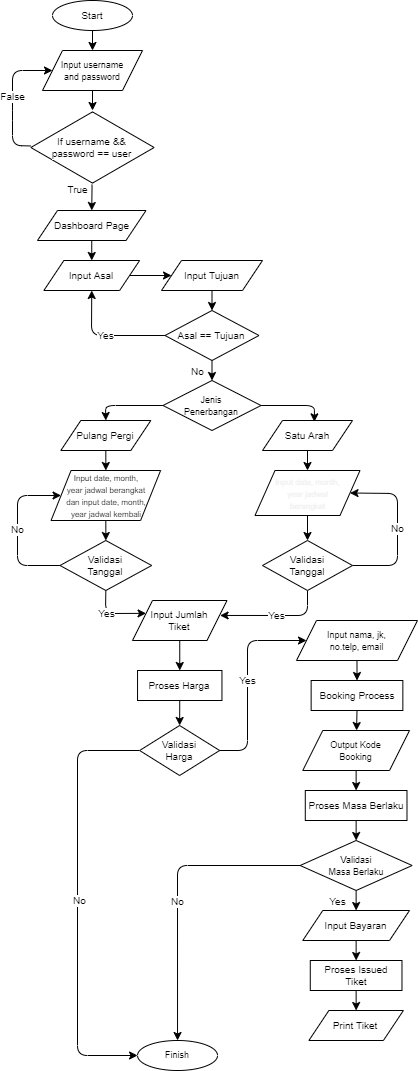
The draw.io diagram flowchart.drawio.png in tafanianatalia/tafania-flight-booking-app, before a commit. Source tidied: cells renumbered, new cells last; positions are measured from the earlier drawing's top-left corner, leaving out a move shared by most shapes.
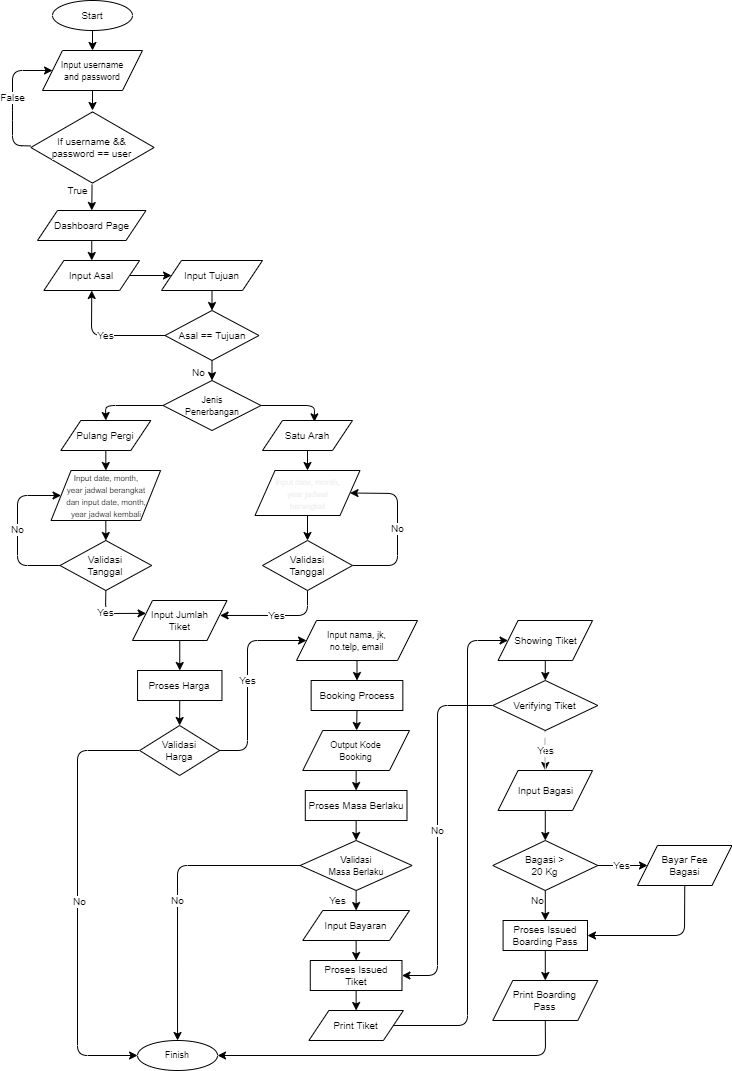
Later version of the same file.

Commit message:
feet : add else condition that returns Baggage >20 Kg invalid

The edit, as a diff of the source:
```diff
@@ -2,9 +2,9 @@
   <root>
     <mxCell id="0" />
     <mxCell id="1" parent="0" />
-    <mxCell id="2" style="edgeStyle=none;html=1;exitX=0.5;exitY=1;exitDx=0;exitDy=0;entryX=0.5;entryY=0;entryDx=0;entryDy=0;fontSize=10;labelBackgroundColor=default;strokeColor=#000000;" parent="1" edge="1" source="3" target="5">
-      <mxGeometry relative="1" as="geometry" />
-    </mxCell>
+    <mxCell id="59" style="edgeStyle=none;html=1;exitX=0.5;exitY=1;exitDx=0;exitDy=0;entryX=0.5;entryY=0;entryDx=0;entryDy=0;fontSize=10;labelBackgroundColor=default;strokeColor=#000000;" parent="1" edge="1" source="3" target="5">
+      <mxGeometry relative="1" as="geometry" />
+    </mxCell>
     <mxCell id="3" value="Start" style="ellipse;whiteSpace=wrap;html=1;fontSize=10;labelBackgroundColor=default;" parent="1" vertex="1">
       <mxGeometry x="40" width="80" height="30" as="geometry" />
     </mxCell>
@@ -157,15 +157,15 @@
         </Array>
       </mxGeometry>
     </mxCell>
-    <mxCell id="40" style="edgeStyle=none;html=1;entryX=0;entryY=0.5;entryDx=0;entryDy=0;fontSize=9;exitX=0;exitY=0.5;exitDx=0;exitDy=0;labelBackgroundColor=default;strokeColor=#000000;" parent="1" edge="1" source="42" target="59">
-      <mxGeometry relative="1" as="geometry">
-        <Array as="points">
-          <mxPoint x="65" y="750" />
-          <mxPoint x="65" y="1055" />
-        </Array>
-      </mxGeometry>
-    </mxCell>
+    <mxCell id="60" style="edgeStyle=none;html=1;entryX=0;entryY=0.5;entryDx=0;entryDy=0;fontSize=9;exitX=0;exitY=0.5;exitDx=0;exitDy=0;labelBackgroundColor=default;strokeColor=#000000;" parent="1" edge="1" source="42" target="62">
+      <mxGeometry relative="1" as="geometry">
+        <Array as="points">
+          <mxPoint x="65" y="750" />
+          <mxPoint x="65" y="1055" />
+        </Array>
+      </mxGeometry>
+    </mxCell>
-    <mxCell id="41" value="No" style="edgeLabel;html=1;align=center;verticalAlign=middle;fontSize=10;labelBackgroundColor=#FFFFFF;fontColor=#000000;" parent="40" vertex="1">
+    <mxCell id="41" value="No" style="edgeLabel;html=1;align=center;verticalAlign=middle;fontSize=10;labelBackgroundColor=#FFFFFF;fontColor=#000000;" parent="60" vertex="1">
       <mxGeometry x="-0.11" y="1" relative="1" as="geometry">
         <mxPoint y="22" as="offset" />
       </mxGeometry>
@@ -200,7 +200,7 @@
     <mxCell id="51" value="Yes" style="edgeStyle=none;html=1;exitX=0.5;exitY=1;exitDx=0;exitDy=0;entryX=0.5;entryY=0;entryDx=0;entryDy=0;fontSize=10;labelBackgroundColor=#FFFFFF;strokeColor=#000000;fontColor=#000000;" parent="1" edge="1" source="53" target="55">
       <mxGeometry y="-19" relative="1" as="geometry" />
     </mxCell>
-    <mxCell id="52" value="No" style="edgeStyle=none;html=1;entryX=0.5;entryY=0;entryDx=0;entryDy=0;fontSize=10;exitX=0;exitY=0.5;exitDx=0;exitDy=0;labelBackgroundColor=#FFFFFF;strokeColor=#000000;fontColor=#000000;" parent="1" edge="1" source="53" target="59">
+    <mxCell id="52" value="No" style="edgeStyle=none;html=1;entryX=0.5;entryY=0;entryDx=0;entryDy=0;fontSize=10;exitX=0;exitY=0.5;exitDx=0;exitDy=0;labelBackgroundColor=#FFFFFF;strokeColor=#000000;fontColor=#000000;" parent="1" edge="1" source="53" target="62">
       <mxGeometry x="0.06" relative="1" as="geometry">
         <Array as="points">
           <mxPoint x="165" y="865" />
@@ -222,11 +222,83 @@
     <mxCell id="57" value="Proses Issued&lt;br&gt;Tiket" style="rounded=0;whiteSpace=wrap;html=1;fontSize=10;labelBackgroundColor=default;" parent="1" vertex="1">
       <mxGeometry x="297.8" y="960" width="91.7" height="30" as="geometry" />
     </mxCell>
+    <mxCell id="61" style="edgeStyle=none;html=1;exitX=1;exitY=0.5;exitDx=0;exitDy=0;entryX=0;entryY=0.5;entryDx=0;entryDy=0;fontSize=9;labelBackgroundColor=default;strokeColor=#000000;" parent="1" edge="1" source="58" target="64">
+      <mxGeometry relative="1" as="geometry">
+        <Array as="points">
+          <mxPoint x="455" y="1025" />
+          <mxPoint x="455" y="640" />
+        </Array>
+      </mxGeometry>
+    </mxCell>
     <mxCell id="58" value="Print Tiket" style="shape=parallelogram;perimeter=parallelogramPerimeter;whiteSpace=wrap;html=1;fixedSize=1;fontSize=10;labelBackgroundColor=default;" parent="1" vertex="1">
       <mxGeometry x="296.4" y="1010" width="94.5" height="30" as="geometry" />
     </mxCell>
-    <mxCell id="59" value="Finish" style="ellipse;whiteSpace=wrap;html=1;fontSize=9;labelBackgroundColor=default;" parent="1" vertex="1">
-      <mxGeometry x="125" y="1040" width="80" height="30" as="geometry" />
-    </mxCell>
+    <mxCell id="62" value="Finish" style="ellipse;whiteSpace=wrap;html=1;fontSize=9;labelBackgroundColor=default;" parent="1" vertex="1">
+      <mxGeometry x="125" y="1040" width="80" height="30" as="geometry" />
+    </mxCell>
+    <mxCell id="63" style="edgeStyle=none;html=1;exitX=0.5;exitY=1;exitDx=0;exitDy=0;entryX=0.5;entryY=0;entryDx=0;entryDy=0;fontSize=9;labelBackgroundColor=default;strokeColor=#000000;" parent="1" edge="1" source="64" target="67">
+      <mxGeometry relative="1" as="geometry" />
+    </mxCell>
+    <mxCell id="64" value="Showing Tiket" style="shape=parallelogram;perimeter=parallelogramPerimeter;whiteSpace=wrap;html=1;fixedSize=1;fontSize=10;labelBackgroundColor=default;" parent="1" vertex="1">
+      <mxGeometry x="485.5" y="620" width="94.5" height="40" as="geometry" />
+    </mxCell>
+    <mxCell id="65" value="No" style="edgeStyle=none;html=1;exitX=0;exitY=0.5;exitDx=0;exitDy=0;entryX=1;entryY=0.5;entryDx=0;entryDy=0;fontSize=10;labelBackgroundColor=#FFFFFF;strokeColor=#000000;fontColor=#000000;" parent="1" edge="1" source="67" target="57">
+      <mxGeometry relative="1" as="geometry">
+        <Array as="points">
+          <mxPoint x="425" y="705" />
+          <mxPoint x="425" y="975" />
+        </Array>
+      </mxGeometry>
+    </mxCell>
+    <mxCell id="66" value="Yes" style="edgeStyle=none;html=1;exitX=0.5;exitY=1;exitDx=0;exitDy=0;entryX=0.5;entryY=0;entryDx=0;entryDy=0;fontSize=10;labelBackgroundColor=#FFFFFF;strokeColor=#000000;fontColor=#000000;" parent="1" edge="1" source="67" target="70">
+      <mxGeometry relative="1" as="geometry" />
+    </mxCell>
+    <mxCell id="67" value="Verifying Tiket" style="rhombus;whiteSpace=wrap;html=1;fontSize=10;labelBackgroundColor=default;" parent="1" vertex="1">
+      <mxGeometry x="480.3" y="680" width="105" height="50" as="geometry" />
+    </mxCell>
+    <mxCell id="68" style="edgeStyle=none;html=1;exitX=0.5;exitY=1;exitDx=0;exitDy=0;fontSize=9;labelBackgroundColor=default;strokeColor=#000000;" parent="1" edge="1" source="70" target="73">
+      <mxGeometry relative="1" as="geometry" />
+    </mxCell>
+    <mxCell id="69" style="edgeStyle=none;html=1;labelBackgroundColor=#FFFFFF;fontSize=10;fontColor=#000000;strokeColor=#FFFFFF;" parent="1" edge="1" source="70" target="67">
+      <mxGeometry relative="1" as="geometry" />
+    </mxCell>
+    <mxCell id="70" value="Input Bagasi" style="shape=parallelogram;perimeter=parallelogramPerimeter;whiteSpace=wrap;html=1;fixedSize=1;fontSize=10;labelBackgroundColor=default;" parent="1" vertex="1">
+      <mxGeometry x="485.5" y="770" width="94.5" height="40" as="geometry" />
+    </mxCell>
+    <mxCell id="71" value="No" style="edgeStyle=none;html=1;exitX=0.5;exitY=1;exitDx=0;exitDy=0;fontSize=10;labelBackgroundColor=#FFFFFF;strokeColor=#000000;fontColor=#000000;" parent="1" edge="1" source="73" target="77">
+      <mxGeometry x="-0.33" y="-8" relative="1" as="geometry" />
+    </mxCell>
+    <mxCell id="72" value="Yes" style="edgeStyle=none;html=1;exitX=1;exitY=0.5;exitDx=0;exitDy=0;fontSize=10;labelBackgroundColor=#FFFFFF;strokeColor=#000000;fontColor=#000000;" parent="1" edge="1" source="73" target="75">
+      <mxGeometry relative="1" as="geometry" />
+    </mxCell>
+    <mxCell id="73" value="Bagasi &amp;gt;&lt;br&gt;20 Kg" style="rhombus;whiteSpace=wrap;html=1;fontSize=10;labelBackgroundColor=default;" parent="1" vertex="1">
+      <mxGeometry x="480.3" y="840" width="105" height="50" as="geometry" />
+    </mxCell>
+    <mxCell id="74" style="edgeStyle=none;html=1;exitX=0.5;exitY=1;exitDx=0;exitDy=0;entryX=1;entryY=0.5;entryDx=0;entryDy=0;fontSize=9;labelBackgroundColor=default;" parent="1" edge="1" source="75" target="77">
+      <mxGeometry relative="1" as="geometry">
+        <Array as="points">
+          <mxPoint x="672" y="935" />
+        </Array>
+      </mxGeometry>
+    </mxCell>
+    <mxCell id="75" value="Bayar Fee&lt;br&gt;Bagasi" style="shape=parallelogram;perimeter=parallelogramPerimeter;whiteSpace=wrap;html=1;fixedSize=1;fontSize=10;labelBackgroundColor=default;" parent="1" vertex="1">
+      <mxGeometry x="625" y="845" width="94.5" height="40" as="geometry" />
+    </mxCell>
+    <mxCell id="76" style="edgeStyle=none;html=1;exitX=0.5;exitY=1;exitDx=0;exitDy=0;entryX=0.5;entryY=0;entryDx=0;entryDy=0;fontSize=9;labelBackgroundColor=default;strokeColor=#000000;" parent="1" edge="1" source="77" target="79">
+      <mxGeometry relative="1" as="geometry" />
+    </mxCell>
+    <mxCell id="77" value="Proses Issued Boarding Pass" style="rounded=0;whiteSpace=wrap;html=1;fontSize=10;labelBackgroundColor=default;" parent="1" vertex="1">
+      <mxGeometry x="490.6" y="920" width="84.4" height="30" as="geometry" />
+    </mxCell>
+    <mxCell id="78" style="edgeStyle=none;html=1;entryX=1;entryY=0.5;entryDx=0;entryDy=0;fontSize=9;exitX=0.5;exitY=1;exitDx=0;exitDy=0;labelBackgroundColor=default;strokeColor=#000000;" parent="1" edge="1" source="79" target="62">
+      <mxGeometry relative="1" as="geometry">
+        <Array as="points">
+          <mxPoint x="533" y="1055" />
+        </Array>
+      </mxGeometry>
+    </mxCell>
+    <mxCell id="79" value="Print Boarding&lt;br&gt;Pass" style="shape=parallelogram;perimeter=parallelogramPerimeter;whiteSpace=wrap;html=1;fixedSize=1;fontSize=10;labelBackgroundColor=default;" parent="1" vertex="1">
+      <mxGeometry x="480.3" y="980" width="105" height="40" as="geometry" />
+    </mxCell>
   </root>
 </mxGraphModel>
```
